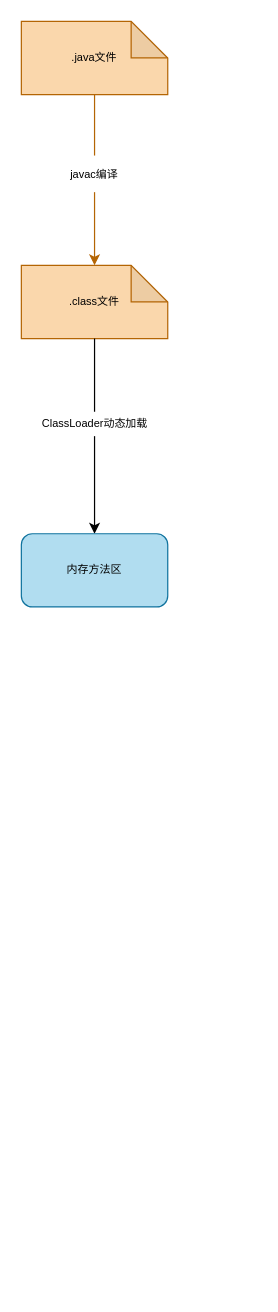
The draw.io diagram java基础.drawio in uldh/drawio_public, before the edit. Source tidied: cells renumbered, new cells numbered last; positions are measured from the earlier drawing's top-left corner, leaving out a move shared by most shapes. Both pictures are drawn from the tidied source at 122%, with x=0, y=0 at pixel (21, 21).
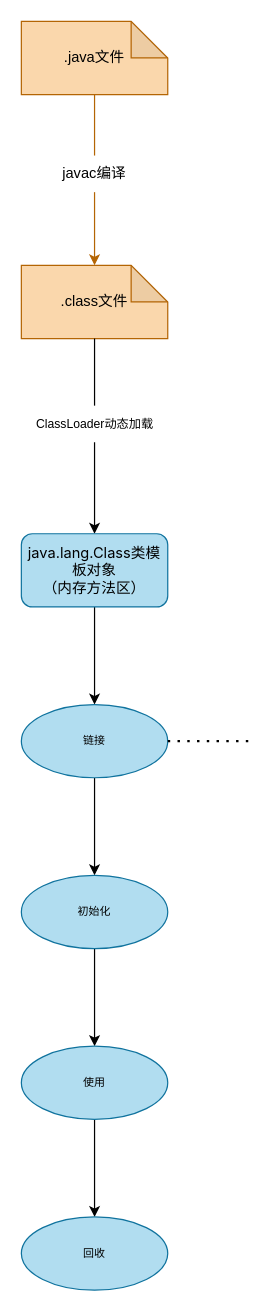
The same diagram, later.

Change to the diagram source:
```diff
@@
-    <mxCell id="3" value=".java文件" style="shape=note;whiteSpace=wrap;html=1;backgroundOutline=1;darkOpacity=0.05;labelBackgroundColor=none;fontSize=9;fillColor=#fad7ac;strokeColor=#b46504;" parent="1" vertex="1">
+    <mxCell id="3" value="&lt;font style=&quot;font-size: 12px;&quot;&gt;.java文件&lt;/font&gt;" style="shape=note;whiteSpace=wrap;html=1;backgroundOutline=1;darkOpacity=0.05;labelBackgroundColor=none;fontSize=9;fillColor=#fad7ac;strokeColor=#b46504;" parent="1" vertex="1">
       <mxGeometry width="120" height="60" as="geometry" />
     </mxCell>
@@
-    <mxCell id="5" value=".class文件" style="shape=note;whiteSpace=wrap;html=1;backgroundOutline=1;darkOpacity=0.05;labelBackgroundColor=none;fontSize=9;fillColor=#fad7ac;strokeColor=#b46504;" parent="1" vertex="1">
+    <mxCell id="5" value="&lt;font style=&quot;font-size: 12px;&quot;&gt;.class文件&lt;/font&gt;" style="shape=note;whiteSpace=wrap;html=1;backgroundOutline=1;darkOpacity=0.05;labelBackgroundColor=none;fontSize=9;fillColor=#fad7ac;strokeColor=#b46504;" parent="1" vertex="1">
       <mxGeometry y="200" width="120" height="60" as="geometry" />
     </mxCell>
+    <mxCell id="11" style="edgeStyle=orthogonalEdgeStyle;jettySize=auto;html=1;fontFamily=Helvetica;fontSize=12;fontColor=#000000;" parent="1" edge="1" source="6" target="13">
+      <mxGeometry relative="1" as="geometry" />
+    </mxCell>
-    <mxCell id="6" value="内存方法区" style="rounded=1;whiteSpace=wrap;html=1;fontFamily=Helvetica;fontSize=9;fillColor=#b1ddf0;strokeColor=#10739e;" parent="1" vertex="1">
+    <mxCell id="6" value="&lt;p style=&quot;font-size: 12px;&quot;&gt;&lt;font style=&quot;font-size: 12px;&quot;&gt;&lt;span style=&quot;text-align: start; caret-color: rgb(77, 77, 77); font-family: -apple-system, &amp;quot;SF UI Text&amp;quot;, Arial, &amp;quot;PingFang SC&amp;quot;, &amp;quot;Hiragino Sans GB&amp;quot;, &amp;quot;Microsoft YaHei&amp;quot;, &amp;quot;WenQuanYi Micro Hei&amp;quot;, sans-serif, SimHei, SimSun;&quot;&gt;&lt;font style=&quot;font-size: 12px;&quot;&gt;java.lang.Class&lt;/font&gt;&lt;/span&gt;&lt;span style=&quot;caret-color: rgba(255, 255, 255, 0.78); font-family: &amp;quot;Songti SC&amp;quot;; text-align: justify;&quot;&gt;类模板对象&lt;/span&gt;&lt;span style=&quot;text-align: start; caret-color: rgb(77, 77, 77); font-family: -apple-system, &amp;quot;SF UI Text&amp;quot;, Arial, &amp;quot;PingFang SC&amp;quot;, &amp;quot;Hiragino Sans GB&amp;quot;, &amp;quot;Microsoft YaHei&amp;quot;, &amp;quot;WenQuanYi Micro Hei&amp;quot;, sans-serif, SimHei, SimSun;&quot;&gt;&lt;font style=&quot;font-size: 12px;&quot;&gt;（&lt;/font&gt;&lt;/span&gt;&lt;font style=&quot;font-size: 12px;&quot;&gt;内存方法区）&lt;/font&gt;&lt;/font&gt;&lt;/p&gt;" style="rounded=1;whiteSpace=wrap;html=1;fontFamily=Helvetica;fontSize=9;fillColor=#b1ddf0;strokeColor=#10739e;" parent="1" vertex="1">
       <mxGeometry y="420" width="120" height="60" as="geometry" />
     </mxCell>
-    <mxCell id="7" value="ClassLoader动态加载&lt;br&gt;" style="text;html=1;align=center;verticalAlign=middle;points=[];strokeColor=none;fillColor=none;fontSize=9;fontColor=#000000;" parent="1" vertex="1">
-      <mxGeometry x="5" y="320" width="110" height="20" as="geometry" />
+    <mxCell id="7" value="&lt;font style=&quot;font-size: 10px;&quot;&gt;ClassLoader动态加载&lt;/font&gt;" style="text;html=1;align=center;verticalAlign=middle;points=[];strokeColor=none;fillColor=none;fontSize=9;fontColor=#000000;" parent="1" vertex="1">
+      <mxGeometry y="315" width="120" height="30" as="geometry" />
     </mxCell>
@@
-    <mxCell id="9" value="&lt;font style=&quot;font-size: 9px;&quot;&gt;&lt;span style=&quot;caret-color: rgba(255, 255, 255, 0.78); font-family: &amp;quot;Songti SC&amp;quot;;&quot;&gt;javac&lt;/span&gt;编译&lt;/font&gt;" style="text;html=1;strokeColor=none;fillColor=none;align=center;verticalAlign=middle;whiteSpace=wrap;rounded=0;" parent="1" vertex="1">
+    <mxCell id="9" value="&lt;font style=&quot;font-size: 12px;&quot;&gt;&lt;span style=&quot;caret-color: rgba(255, 255, 255, 0.78); font-family: &amp;quot;Songti SC&amp;quot;;&quot;&gt;javac&lt;/span&gt;编译&lt;/font&gt;" style="text;html=1;strokeColor=none;fillColor=none;align=center;verticalAlign=middle;whiteSpace=wrap;rounded=0;" parent="1" vertex="1">
       <mxGeometry x="30" y="110" width="60" height="30" as="geometry" />
     </mxCell>
@@
+    <mxCell id="12" style="edgeStyle=orthogonalEdgeStyle;jettySize=auto;html=1;fontFamily=Helvetica;fontSize=12;fontColor=#000000;" parent="1" edge="1" source="13" target="15">
+      <mxGeometry relative="1" as="geometry" />
+    </mxCell>
+    <mxCell id="13" value="链接" style="ellipse;whiteSpace=wrap;html=1;fontSize=9;fillColor=#b1ddf0;strokeColor=#10739e;rounded=1;" parent="1" vertex="1">
+      <mxGeometry y="560" width="120" height="60" as="geometry" />
+    </mxCell>
+    <mxCell id="14" style="edgeStyle=orthogonalEdgeStyle;jettySize=auto;html=1;fontFamily=Helvetica;fontSize=12;fontColor=#000000;" parent="1" edge="1" source="15" target="18">
+      <mxGeometry relative="1" as="geometry" />
+    </mxCell>
+    <mxCell id="15" value="初始化" style="ellipse;whiteSpace=wrap;html=1;fontSize=9;fillColor=#b1ddf0;strokeColor=#10739e;rounded=1;" parent="1" vertex="1">
+      <mxGeometry y="700" width="120" height="60" as="geometry" />
+    </mxCell>
+    <mxCell id="16" style="endArrow=none;dashed=1;html=1;dashPattern=1 3;strokeWidth=2;fontFamily=Helvetica;fontSize=12;fontColor=#000000;" parent="1" edge="1" source="13">
+      <mxGeometry relative="1" as="geometry">
+        <mxPoint x="190.7" y="590" as="targetPoint" />
+      </mxGeometry>
+    </mxCell>
+    <mxCell id="17" style="edgeStyle=orthogonalEdgeStyle;jettySize=auto;html=1;fontFamily=Helvetica;fontSize=12;fontColor=#000000;" parent="1" edge="1" source="18" target="19">
+      <mxGeometry relative="1" as="geometry" />
+    </mxCell>
+    <mxCell id="18" value="使用" style="ellipse;whiteSpace=wrap;html=1;fontSize=9;fillColor=#b1ddf0;strokeColor=#10739e;rounded=1;" parent="1" vertex="1">
+      <mxGeometry y="840" width="120" height="60" as="geometry" />
+    </mxCell>
+    <mxCell id="19" value="回收" style="ellipse;whiteSpace=wrap;html=1;fontSize=9;fillColor=#b1ddf0;strokeColor=#10739e;rounded=1;" parent="1" vertex="1">
+      <mxGeometry y="980" width="120" height="60" as="geometry" />
+    </mxCell>
```
